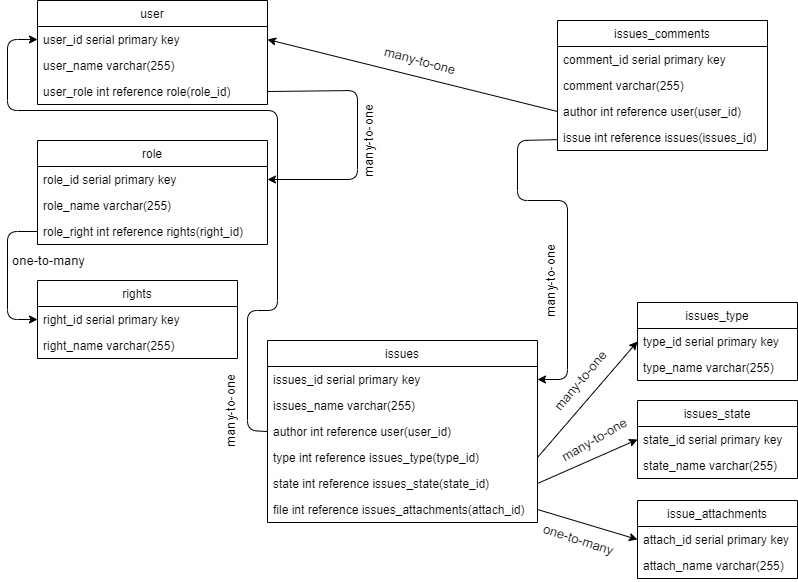
The draw.io diagram Untitled Diagram.png in Kradeyes/-job4j_design, before a commit. Source tidied: cells renumbered, new cells last; positions are measured from the earlier drawing's top-left corner, leaving out a move shared by most shapes.
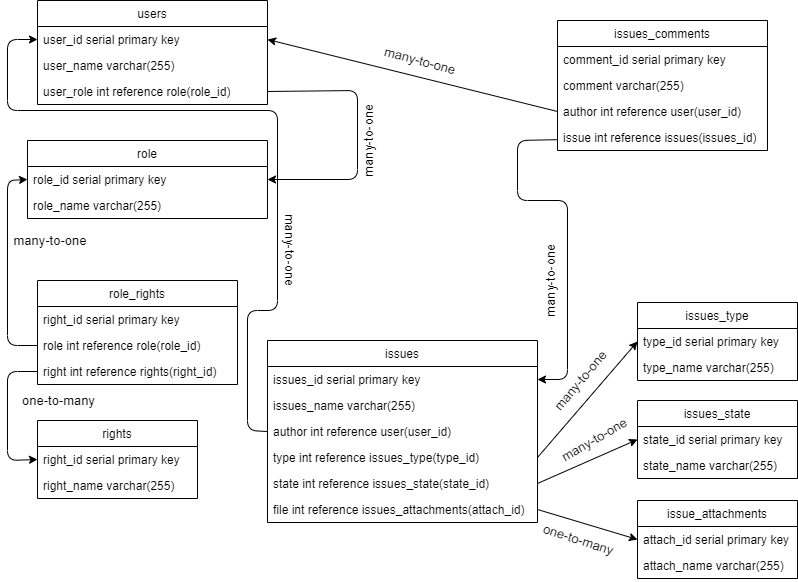
The same diagram one commit later.

What changed in the source:
```diff
@@ -2,7 +2,7 @@
   <root>
     <mxCell id="0" />
     <mxCell id="1" parent="0" />
-    <mxCell id="2" value="user" style="swimlane;fontStyle=0;horizontal=1;startSize=26;fillColor=none;" parent="1" vertex="1">
+    <mxCell id="2" value="users" style="swimlane;fontStyle=0;horizontal=1;startSize=26;fillColor=none;" parent="1" vertex="1">
       <mxGeometry x="30" width="230" height="104" as="geometry" />
     </mxCell>
     <mxCell id="3" value="user_id serial primary key" style="text;strokeColor=none;fillColor=none;align=left;verticalAlign=top;spacingLeft=4;spacingRight=4;overflow=hidden;points=[[0,0.5],[1,0.5]];portConstraint=eastwest;" parent="2" vertex="1">
@@ -15,34 +15,26 @@
       <mxGeometry y="78" width="230" height="26" as="geometry" />
     </mxCell>
     <mxCell id="6" value="role" style="swimlane;fontStyle=0;horizontal=1;startSize=26;fillColor=none;" parent="1" vertex="1">
-      <mxGeometry x="30" y="140" width="230" height="104" as="geometry" />
+      <mxGeometry x="20" y="140" width="240" height="78" as="geometry" />
     </mxCell>
     <mxCell id="7" value="role_id serial primary key" style="text;strokeColor=none;fillColor=none;align=left;verticalAlign=top;spacingLeft=4;spacingRight=4;overflow=hidden;points=[[0,0.5],[1,0.5]];portConstraint=eastwest;" parent="6" vertex="1">
-      <mxGeometry y="26" width="230" height="26" as="geometry" />
+      <mxGeometry y="26" width="240" height="26" as="geometry" />
     </mxCell>
     <mxCell id="8" value="role_name varchar(255)" style="text;strokeColor=none;fillColor=none;align=left;verticalAlign=top;spacingLeft=4;spacingRight=4;overflow=hidden;" parent="6" vertex="1">
-      <mxGeometry y="52" width="230" height="26" as="geometry" />
+      <mxGeometry y="52" width="240" height="26" as="geometry" />
     </mxCell>
-    <mxCell id="9" value="role_right int reference rights(right_id)" style="text;strokeColor=none;fillColor=none;align=left;verticalAlign=top;spacingLeft=4;spacingRight=4;overflow=hidden;points=[[0,0.5],[1,0.5]];portConstraint=eastwest;" parent="6" vertex="1">
-      <mxGeometry y="78" width="230" height="26" as="geometry" />
-    </mxCell>
-    <mxCell id="10" value="rights" style="swimlane;fontStyle=0;horizontal=1;startSize=26;fillColor=none;" parent="1" vertex="1">
-      <mxGeometry x="30" y="280" width="200" height="78" as="geometry" />
+    <mxCell id="10" value="role_rights" style="swimlane;fontStyle=0;horizontal=1;startSize=26;fillColor=none;" parent="1" vertex="1">
+      <mxGeometry x="30" y="280" width="200" height="104" as="geometry" />
     </mxCell>
     <mxCell id="11" value="right_id serial primary key" style="text;strokeColor=none;fillColor=none;align=left;verticalAlign=top;spacingLeft=4;spacingRight=4;overflow=hidden;points=[[0,0.5],[1,0.5]];portConstraint=eastwest;" parent="10" vertex="1">
       <mxGeometry y="26" width="200" height="26" as="geometry" />
     </mxCell>
+    <mxCell id="50" value="role int reference role(role_id)" style="text;strokeColor=none;fillColor=none;align=left;verticalAlign=top;spacingLeft=4;spacingRight=4;overflow=hidden;points=[[0,0.5],[1,0.5]];portConstraint=eastwest;" parent="10" vertex="1">
+      <mxGeometry y="52" width="200" height="26" as="geometry" />
+    </mxCell>
-    <mxCell id="12" value="right_name varchar(255)" style="text;strokeColor=none;fillColor=none;align=left;verticalAlign=top;spacingLeft=4;spacingRight=4;overflow=hidden;points=[[0,0.5],[1,0.5]];portConstraint=eastwest;" parent="10" vertex="1">
-      <mxGeometry y="52" width="200" height="26" as="geometry" />
+    <mxCell id="12" value="right int reference rights(right_id)" style="text;strokeColor=none;fillColor=none;align=left;verticalAlign=top;spacingLeft=4;spacingRight=4;overflow=hidden;points=[[0,0.5],[1,0.5]];portConstraint=eastwest;" parent="10" vertex="1">
+      <mxGeometry y="78" width="200" height="26" as="geometry" />
     </mxCell>
-    <mxCell id="13" style="endArrow=classic;html=1;exitX=0;exitY=0.5;exitDx=0;exitDy=0;entryX=0;entryY=0.5;entryDx=0;entryDy=0;" parent="1" edge="1" source="9" target="11">
-      <mxGeometry relative="1" as="geometry">
-        <Array as="points">
-          <mxPoint y="231" />
-          <mxPoint y="319" />
-        </Array>
-      </mxGeometry>
-    </mxCell>
     <mxCell id="14" value="issues" style="swimlane;fontStyle=0;horizontal=1;startSize=26;fillColor=none;" parent="1" vertex="1">
       <mxGeometry x="260" y="340" width="270" height="182" as="geometry" />
     </mxCell>
@@ -160,8 +152,8 @@
     <mxCell id="45" value="&lt;span style=&quot;font-family: &amp;#34;arial&amp;#34; , &amp;#34;helvetica&amp;#34; , &amp;#34;clean&amp;#34; , sans-serif ; font-size: 13px ; text-align: left ; background-color: rgb(255 , 255 , 255)&quot;&gt;many-to-one&lt;/span&gt;" style="text;html=1;strokeColor=none;fillColor=none;align=center;verticalAlign=middle;whiteSpace=wrap;rounded=0;rotation=-90;" parent="1" vertex="1">
       <mxGeometry x="500" y="270" width="86" height="20" as="geometry" />
     </mxCell>
-    <mxCell id="46" value="&lt;span style=&quot;font-family: &amp;#34;arial&amp;#34; , &amp;#34;helvetica&amp;#34; , &amp;#34;clean&amp;#34; , sans-serif ; font-size: 13px ; text-align: left ; background-color: rgb(255 , 255 , 255)&quot;&gt;many-to-one&lt;/span&gt;" style="text;html=1;strokeColor=none;fillColor=none;align=center;verticalAlign=middle;whiteSpace=wrap;rounded=0;rotation=-90;" parent="1" vertex="1">
-      <mxGeometry x="180" y="400" width="86" height="20" as="geometry" />
+    <mxCell id="46" value="&lt;span style=&quot;font-family: &amp;#34;arial&amp;#34; , &amp;#34;helvetica&amp;#34; , &amp;#34;clean&amp;#34; , sans-serif ; font-size: 13px ; text-align: left ; background-color: rgb(255 , 255 , 255)&quot;&gt;many-to-one&lt;/span&gt;" style="text;html=1;strokeColor=none;fillColor=none;align=center;verticalAlign=middle;whiteSpace=wrap;rounded=0;rotation=90;" parent="1" vertex="1">
+      <mxGeometry x="240" y="240" width="86" height="20" as="geometry" />
     </mxCell>
     <mxCell id="47" value="&lt;span style=&quot;font-family: &amp;#34;arial&amp;#34; , &amp;#34;helvetica&amp;#34; , &amp;#34;clean&amp;#34; , sans-serif ; font-size: 13px ; text-align: left ; background-color: rgb(255 , 255 , 255)&quot;&gt;many-to-one&lt;/span&gt;" style="text;html=1;strokeColor=none;fillColor=none;align=center;verticalAlign=middle;whiteSpace=wrap;rounded=0;rotation=-90;" parent="1" vertex="1">
       <mxGeometry x="318" y="130" width="86" height="20" as="geometry" />
@@ -169,8 +161,36 @@
     <mxCell id="48" value="&lt;span style=&quot;font-family: &amp;#34;arial&amp;#34; , &amp;#34;helvetica&amp;#34; , &amp;#34;clean&amp;#34; , sans-serif ; font-size: 13px ; text-align: left ; background-color: rgb(255 , 255 , 255)&quot;&gt;many-to-one&lt;/span&gt;" style="text;html=1;strokeColor=none;fillColor=none;align=center;verticalAlign=middle;whiteSpace=wrap;rounded=0;rotation=15;" parent="1" vertex="1">
       <mxGeometry x="370" y="50" width="86" height="20" as="geometry" />
     </mxCell>
+    <mxCell id="51" value="rights" style="swimlane;fontStyle=0;horizontal=1;startSize=26;fillColor=none;" parent="1" vertex="1">
+      <mxGeometry x="30" y="420" width="160" height="78" as="geometry" />
+    </mxCell>
+    <mxCell id="52" value="right_id serial primary key" style="text;strokeColor=none;fillColor=none;align=left;verticalAlign=top;spacingLeft=4;spacingRight=4;overflow=hidden;points=[[0,0.5],[1,0.5]];portConstraint=eastwest;" parent="51" vertex="1">
+      <mxGeometry y="26" width="160" height="26" as="geometry" />
+    </mxCell>
+    <mxCell id="53" value="right_name varchar(255)" style="text;strokeColor=none;fillColor=none;align=left;verticalAlign=top;spacingLeft=4;spacingRight=4;overflow=hidden;" parent="51" vertex="1">
+      <mxGeometry y="52" width="160" height="26" as="geometry" />
+    </mxCell>
+    <mxCell id="54" style="endArrow=classic;html=1;exitX=0;exitY=0.5;exitDx=0;exitDy=0;entryX=0;entryY=0.5;entryDx=0;entryDy=0;" parent="1" edge="1" source="12" target="52">
+      <mxGeometry relative="1" as="geometry">
+        <Array as="points">
+          <mxPoint y="371" />
+          <mxPoint y="460" />
+        </Array>
+      </mxGeometry>
+    </mxCell>
     <mxCell id="49" value="&lt;span style=&quot;font-family: &amp;#34;arial&amp;#34; , &amp;#34;helvetica&amp;#34; , &amp;#34;clean&amp;#34; , sans-serif ; font-size: 13px ; text-align: left ; background-color: rgb(255 , 255 , 255)&quot;&gt;one-to-many&lt;/span&gt;" style="text;html=1;strokeColor=none;fillColor=none;align=center;verticalAlign=middle;whiteSpace=wrap;rounded=0;rotation=0;" parent="1" vertex="1">
-      <mxGeometry y="250" width="82.5" height="20" as="geometry" />
+      <mxGeometry x="10" y="390" width="82.5" height="20" as="geometry" />
     </mxCell>
+    <mxCell id="55" value="&lt;span style=&quot;font-family: &amp;#34;arial&amp;#34; , &amp;#34;helvetica&amp;#34; , &amp;#34;clean&amp;#34; , sans-serif ; font-size: 13px ; text-align: left ; background-color: rgb(255 , 255 , 255)&quot;&gt;many-to-one&lt;/span&gt;" style="text;html=1;strokeColor=none;fillColor=none;align=center;verticalAlign=middle;whiteSpace=wrap;rounded=0;rotation=0;" parent="1" vertex="1">
+      <mxGeometry y="230" width="86" height="20" as="geometry" />
+    </mxCell>
+    <mxCell id="13" style="endArrow=classic;html=1;exitX=0;exitY=0.5;exitDx=0;exitDy=0;entryX=0;entryY=0.5;entryDx=0;entryDy=0;" parent="1" edge="1" source="50" target="7">
+      <mxGeometry relative="1" as="geometry">
+        <Array as="points">
+          <mxPoint y="345" />
+          <mxPoint y="180" />
+        </Array>
+      </mxGeometry>
+    </mxCell>
   </root>
 </mxGraphModel>
```
